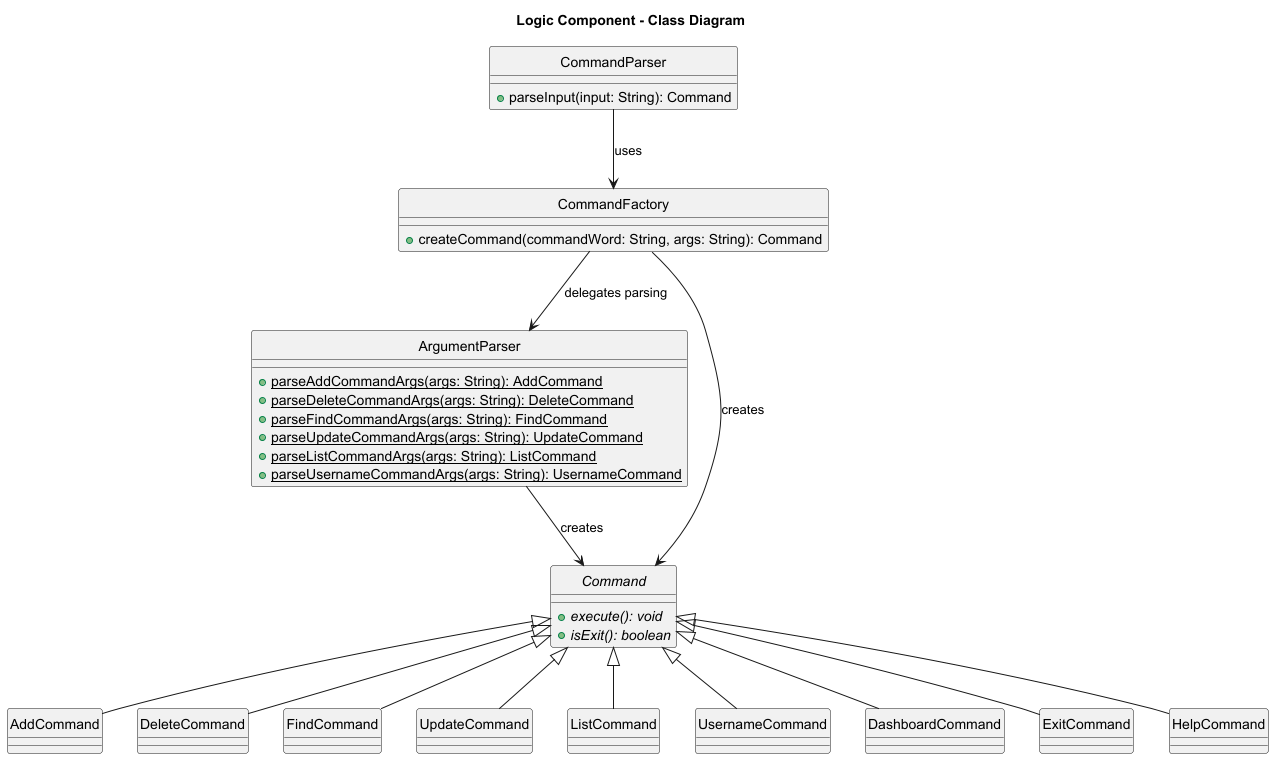
Earlier version of the PlantUML export docs/diagrams/LogicComponentCD.png (AY2526S1-CS2113-W14-4/tp).
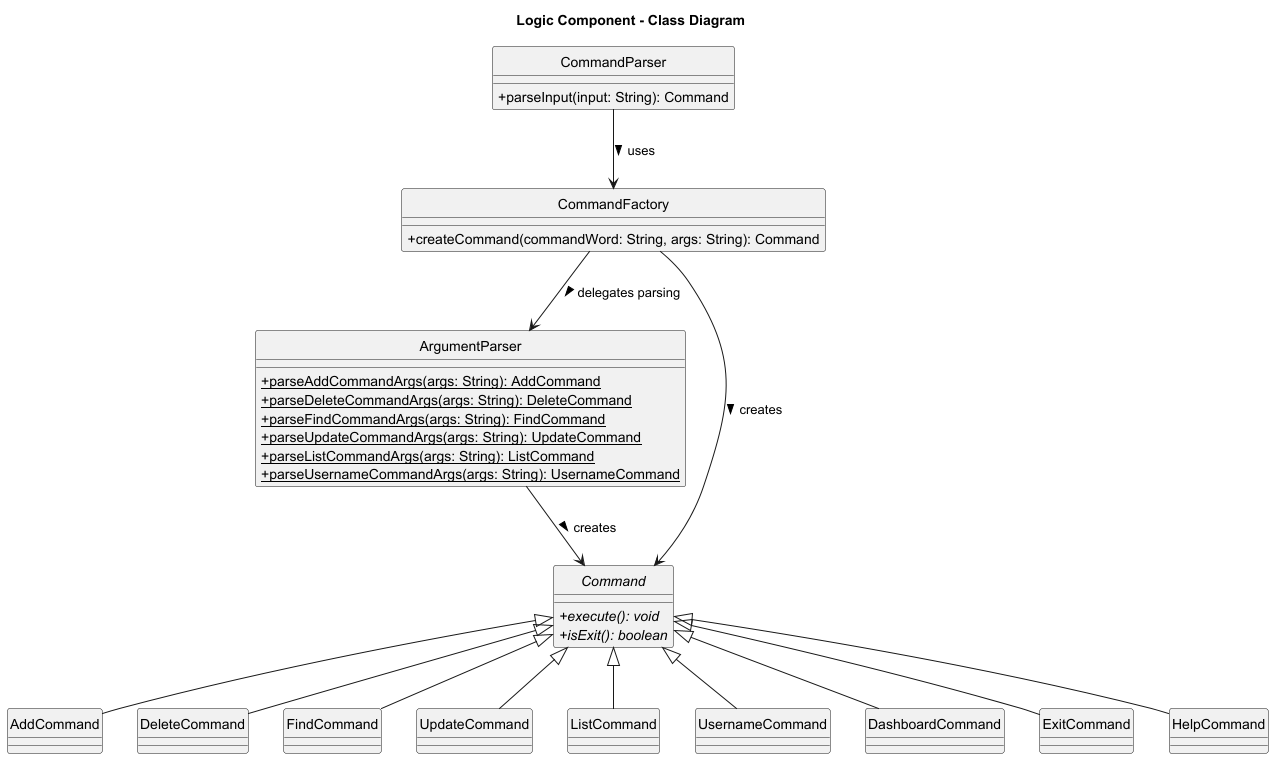
The same diagram one commit later.

Diff of the diagram source:
```diff
@@ -1,5 +1,6 @@
 @startuml
 hide circle
+skinparam classAttributeIconSize 0
 title Logic Component - Class Diagram
 
 class CommandParser {
@@ -34,10 +35,10 @@
 class ExitCommand
 class HelpCommand
 
-CommandParser --> CommandFactory : uses
-CommandFactory --> ArgumentParser : delegates parsing
-CommandFactory --> Command : creates
-ArgumentParser --> Command : creates
+CommandParser --> CommandFactory : uses >
+CommandFactory --> ArgumentParser : delegates parsing >
+CommandFactory --> Command : creates >
+ArgumentParser --> Command : creates >
 Command <|-- AddCommand
 Command <|-- DeleteCommand
 Command <|-- FindCommand
```
